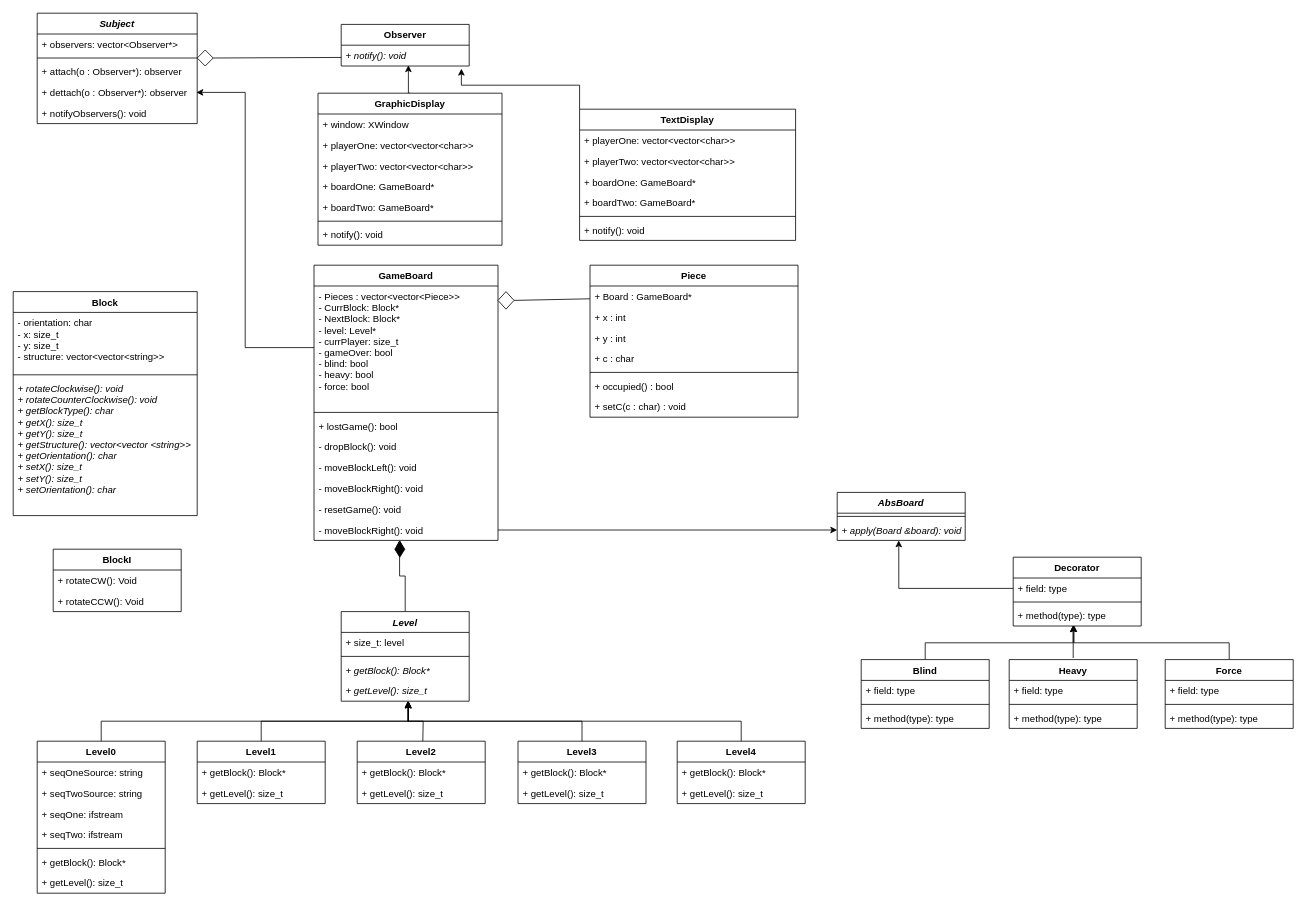
Before: UML.drawio in velomafinsights/biquadris, a draw.io diagram. Source tidied: cells renumbered, new cells numbered last; positions are measured from the earlier drawing's top-left corner, leaving out a move shared by most shapes. Both pictures are drawn from the tidied source at 80%, with x=0, y=0 at pixel (13, 13).
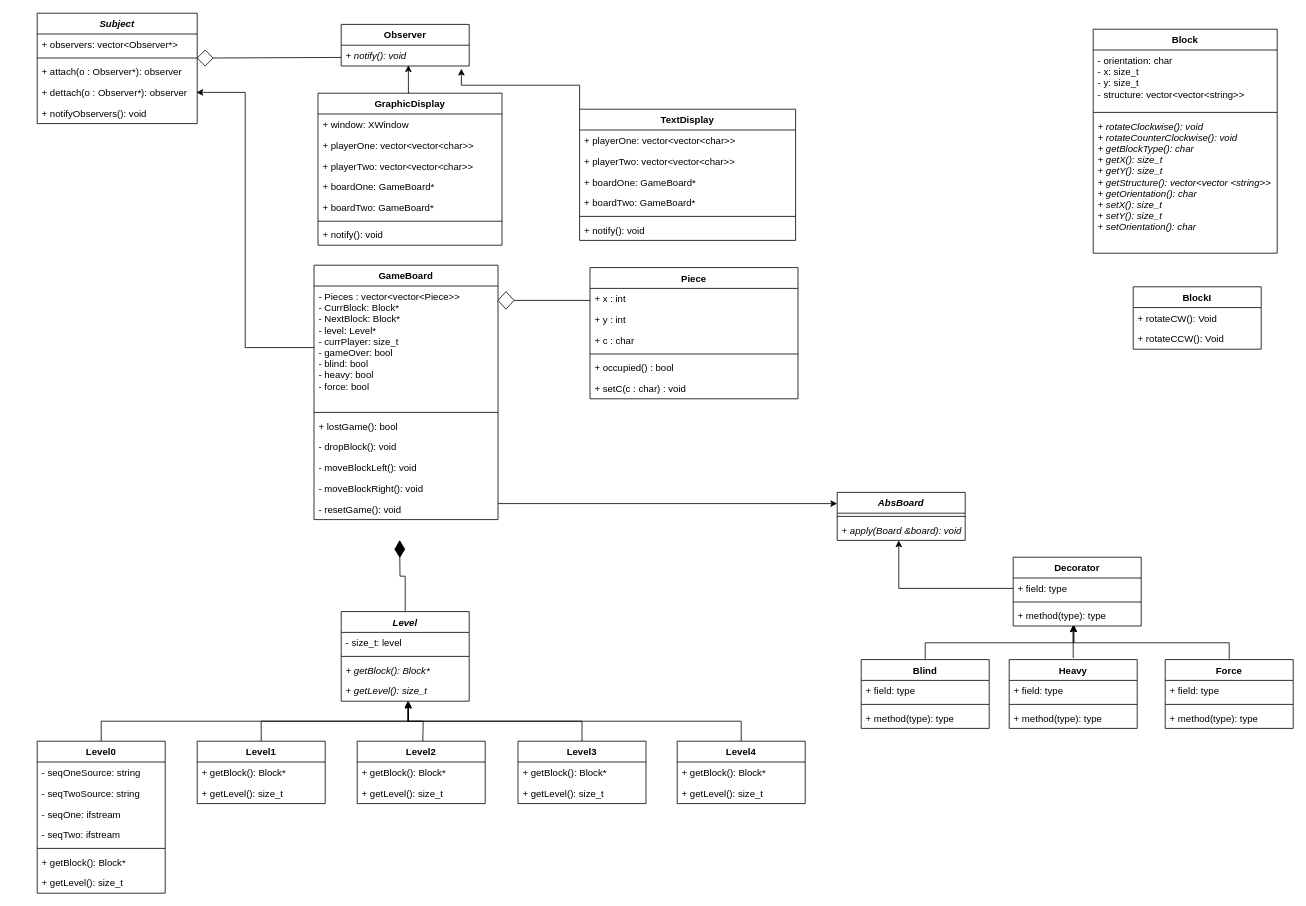
Above is the later version.

Unchanged cells that the change refers to:
```xml
<mxCell id="74" style="rhombus;whiteSpace=wrap;html=1;" parent="1" vertex="1">
  <mxGeometry x="606" y="348" width="20" height="22" as="geometry" />
</mxCell>
<mxCell id="77" value="+ apply(Board &amp;board): void" style="text;strokeColor=none;fillColor=none;align=left;verticalAlign=top;spacingLeft=4;spacingRight=4;overflow=hidden;points=[[0,0.5],[1,0.5]];portConstraint=eastwest;fontStyle=2;" parent="75" vertex="1">
  <mxGeometry y="34" width="160" height="26" as="geometry" />
</mxCell>
<mxCell id="81" value="Level0" style="swimlane;fontStyle=1;align=center;verticalAlign=top;horizontal=1;startSize=26;" parent="1" vertex="1">
  <mxGeometry x="30" y="910" width="160" height="190" as="geometry" />
</mxCell>
<mxCell id="106" value="Level" style="swimlane;fontStyle=3;align=center;verticalAlign=top;horizontal=1;startSize=26;" parent="1" vertex="1">
  <mxGeometry x="410" y="748" width="160" height="112" as="geometry" />
</mxCell>
```

The edit, as a diff of the source:
```diff
@@
     <mxCell id="27" value="GameBoard" style="swimlane;fontStyle=1;align=center;verticalAlign=top;horizontal=1;startSize=26;" parent="1" vertex="1">
-      <mxGeometry x="376" y="315" width="230" height="344" as="geometry" />
+      <mxGeometry x="376" y="315" width="230" height="318" as="geometry" />
     </mxCell>
@@
-    <mxCell id="35" value="- moveBlockRight(): void" style="text;strokeColor=none;fillColor=none;align=left;verticalAlign=top;spacingLeft=4;spacingRight=4;overflow=hidden;points=[[0,0.5],[1,0.5]];portConstraint=eastwest;" parent="27" vertex="1">
-      <mxGeometry y="318" width="230" height="26" as="geometry" />
-    </mxCell>
     <mxCell id="36" value="Block" style="swimlane;fontStyle=1;align=center;verticalAlign=top;horizontal=1;startSize=26;" parent="1" vertex="1">
-      <mxGeometry y="348" width="230" height="280" as="geometry" />
+      <mxGeometry x="1350" y="20" width="230" height="280" as="geometry" />
     </mxCell>
@@
     <mxCell id="40" value="BlockI" style="swimlane;fontStyle=1;align=center;verticalAlign=top;horizontal=1;startSize=26;" parent="1" vertex="1">
-      <mxGeometry x="50" y="670" width="160" height="78" as="geometry" />
+      <mxGeometry x="1400" y="342" width="160" height="78" as="geometry" />
     </mxCell>
@@
     <mxCell id="47" value="Piece" style="swimlane;fontStyle=1;align=center;verticalAlign=top;horizontal=1;startSize=26;" parent="1" vertex="1">
-      <mxGeometry x="721" y="315" width="260" height="190" as="geometry" />
+      <mxGeometry x="721" y="318" width="260" height="164" as="geometry" />
     </mxCell>
-    <mxCell id="48" value="+ Board : GameBoard*" style="text;strokeColor=none;fillColor=none;align=left;verticalAlign=top;spacingLeft=4;spacingRight=4;overflow=hidden;" parent="47" vertex="1">
-      <mxGeometry y="26" width="260" height="26" as="geometry" />
-    </mxCell>
-    <mxCell id="49" style="endArrow=none;html=1;rounded=0;exitX=1;exitY=0.5;exitDx=0;exitDy=0;" parent="47" edge="1" source="74">
-      <mxGeometry relative="1" as="geometry">
-        <mxPoint y="42" as="targetPoint" />
-      </mxGeometry>
-    </mxCell>
     <mxCell id="50" value="+ x : int" style="text;strokeColor=none;fillColor=none;align=left;verticalAlign=top;spacingLeft=4;spacingRight=4;overflow=hidden;" parent="47" vertex="1">
-      <mxGeometry y="52" width="260" height="26" as="geometry" />
+      <mxGeometry y="26" width="260" height="26" as="geometry" />
     </mxCell>
     <mxCell id="51" value="+ y : int" style="text;strokeColor=none;fillColor=none;align=left;verticalAlign=top;spacingLeft=4;spacingRight=4;overflow=hidden;" parent="47" vertex="1">
-      <mxGeometry y="78" width="260" height="26" as="geometry" />
+      <mxGeometry y="52" width="260" height="26" as="geometry" />
     </mxCell>
     <mxCell id="52" value="+ c : char" style="text;strokeColor=none;fillColor=none;align=left;verticalAlign=top;spacingLeft=4;spacingRight=4;overflow=hidden;" parent="47" vertex="1">
-      <mxGeometry y="104" width="260" height="26" as="geometry" />
+      <mxGeometry y="78" width="260" height="26" as="geometry" />
     </mxCell>
     <mxCell id="53" style="line;strokeWidth=1;fillColor=none;align=left;verticalAlign=middle;spacingTop=-1;spacingLeft=3;spacingRight=3;labelPosition=right;strokeColor=inherit;" parent="47" vertex="1">
-      <mxGeometry y="130" width="260" height="8" as="geometry" />
+      <mxGeometry y="104" width="260" height="8" as="geometry" />
     </mxCell>
     <mxCell id="54" value="+ occupied() : bool" style="text;strokeColor=none;fillColor=none;align=left;verticalAlign=top;spacingLeft=4;spacingRight=4;overflow=hidden;" parent="47" vertex="1">
-      <mxGeometry y="138" width="260" height="26" as="geometry" />
+      <mxGeometry y="112" width="260" height="26" as="geometry" />
     </mxCell>
     <mxCell id="55" value="+ setC(c : char) : void" style="text;strokeColor=none;fillColor=none;align=left;verticalAlign=top;spacingLeft=4;spacingRight=4;overflow=hidden;" parent="47" vertex="1">
-      <mxGeometry y="164" width="260" height="26" as="geometry" />
+      <mxGeometry y="138" width="260" height="26" as="geometry" />
     </mxCell>
@@
-    <mxCell id="79" style="edgeStyle=orthogonalEdgeStyle;rounded=0;jettySize=auto;html=1;exitX=1;exitY=0.5;exitDx=0;exitDy=0;entryX=0;entryY=0.5;entryDx=0;entryDy=0;" parent="1" edge="1" source="35" target="77">
-      <mxGeometry relative="1" as="geometry" />
+    <mxCell id="79" style="edgeStyle=orthogonalEdgeStyle;rounded=0;orthogonalLoop=1;jettySize=auto;html=1;exitX=1;exitY=0.5;exitDx=0;exitDy=0;entryX=0;entryY=0.5;entryDx=0;entryDy=0;" parent="1" edge="1">
+      <mxGeometry relative="1" as="geometry">
+        <mxPoint x="606" y="613" as="sourcePoint" />
+        <mxPoint x="1030" y="613" as="targetPoint" />
+      </mxGeometry>
     </mxCell>
@@
-    <mxCell id="82" value="+ seqOneSource: string" style="text;strokeColor=none;fillColor=none;align=left;verticalAlign=top;spacingLeft=4;spacingRight=4;overflow=hidden;" parent="81" vertex="1">
+    <mxCell id="82" value="- seqOneSource: string" style="text;strokeColor=none;fillColor=none;align=left;verticalAlign=top;spacingLeft=4;spacingRight=4;overflow=hidden;" parent="81" vertex="1">
       <mxGeometry y="26" width="160" height="26" as="geometry" />
     </mxCell>
-    <mxCell id="83" value="+ seqTwoSource: string" style="text;strokeColor=none;fillColor=none;align=left;verticalAlign=top;spacingLeft=4;spacingRight=4;overflow=hidden;" parent="81" vertex="1">
+    <mxCell id="83" value="- seqTwoSource: string" style="text;strokeColor=none;fillColor=none;align=left;verticalAlign=top;spacingLeft=4;spacingRight=4;overflow=hidden;" parent="81" vertex="1">
       <mxGeometry y="52" width="160" height="26" as="geometry" />
     </mxCell>
-    <mxCell id="84" value="+ seqOne: ifstream" style="text;strokeColor=none;fillColor=none;align=left;verticalAlign=top;spacingLeft=4;spacingRight=4;overflow=hidden;" parent="81" vertex="1">
+    <mxCell id="84" value="- seqOne: ifstream" style="text;strokeColor=none;fillColor=none;align=left;verticalAlign=top;spacingLeft=4;spacingRight=4;overflow=hidden;" parent="81" vertex="1">
       <mxGeometry y="78" width="160" height="26" as="geometry" />
     </mxCell>
-    <mxCell id="85" value="+ seqTwo: ifstream" style="text;strokeColor=none;fillColor=none;align=left;verticalAlign=top;spacingLeft=4;spacingRight=4;overflow=hidden;" parent="81" vertex="1">
+    <mxCell id="85" value="- seqTwo: ifstream" style="text;strokeColor=none;fillColor=none;align=left;verticalAlign=top;spacingLeft=4;spacingRight=4;overflow=hidden;" parent="81" vertex="1">
       <mxGeometry y="104" width="160" height="26" as="geometry" />
     </mxCell>
@@
-    <mxCell id="105" style="edgeStyle=orthogonalEdgeStyle;rounded=0;jettySize=auto;html=1;entryX=0.465;entryY=0.977;entryDx=0;entryDy=0;entryPerimeter=0;" parent="1" edge="1" source="106" target="35">
-      <mxGeometry relative="1" as="geometry" />
+    <mxCell id="105" style="edgeStyle=orthogonalEdgeStyle;rounded=0;jettySize=auto;html=1;entryX=0.465;entryY=0.977;entryDx=0;entryDy=0;entryPerimeter=0;" parent="1" edge="1" source="106">
+      <mxGeometry relative="1" as="geometry">
+        <mxPoint x="483" y="658.4" as="targetPoint" />
+      </mxGeometry>
     </mxCell>
@@
-    <mxCell id="107" value="+ size_t: level" style="text;strokeColor=none;fillColor=none;align=left;verticalAlign=top;spacingLeft=4;spacingRight=4;overflow=hidden;" parent="106" vertex="1">
+    <mxCell id="107" value="- size_t: level" style="text;strokeColor=none;fillColor=none;align=left;verticalAlign=top;spacingLeft=4;spacingRight=4;overflow=hidden;" parent="106" vertex="1">
       <mxGeometry y="26" width="160" height="26" as="geometry" />
     </mxCell>
@@
+    <mxCell id="49" style="endArrow=none;html=1;rounded=0;exitX=1;exitY=0.5;exitDx=0;exitDy=0;entryX=0;entryY=0.25;entryDx=0;entryDy=0;" parent="1" edge="1" source="74" target="47">
+      <mxGeometry relative="1" as="geometry" />
+    </mxCell>
```
